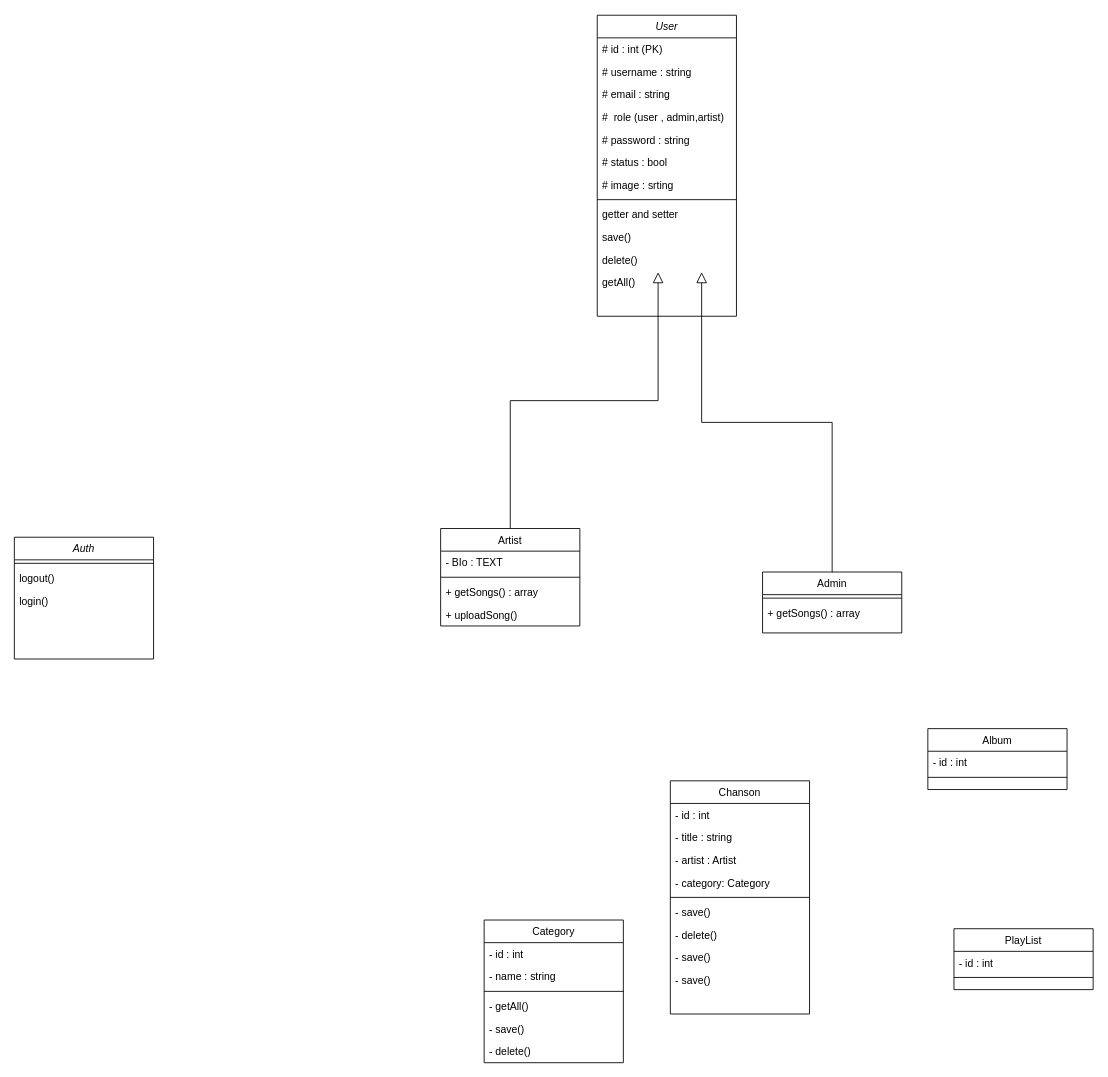
This is doc/class diagram.drawio from mohammed-ali-boutaine/streaming-musical-spotify, a draw.io file, before an edit. Source tidied: cells renumbered, new cells numbered last; positions are measured from the earlier drawing's top-left corner, leaving out a move shared by most shapes. Both pictures are drawn from the tidied source at 87%, with x=0, y=0 at pixel (14, 15).
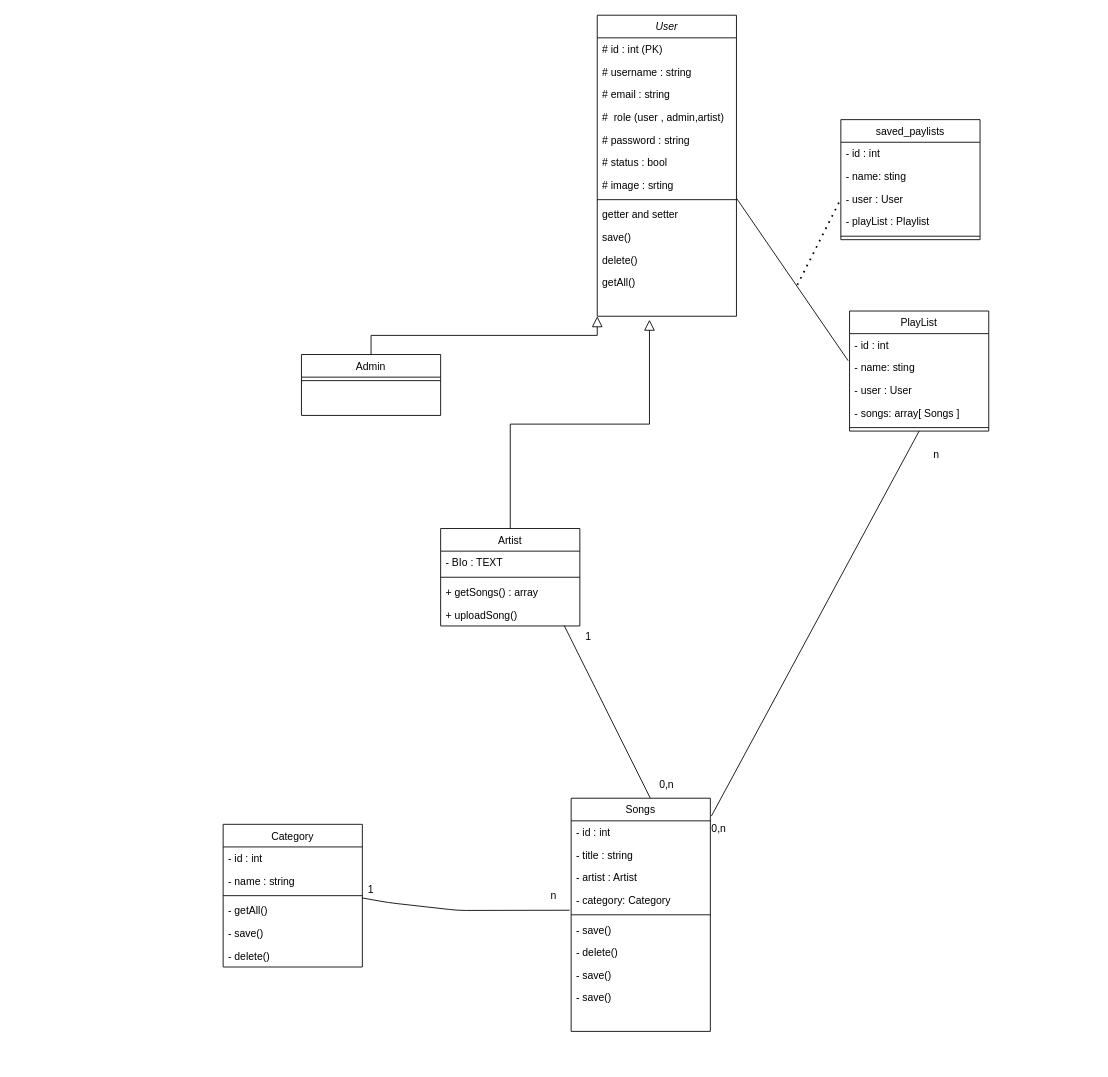
Above is the later version.

Commit message (it also covers changes not shown here):
update class diargam and database tables

The change refers to these unchanged cells:
```xml
<mxCell id="2" value="User" style="swimlane;fontStyle=2;align=center;verticalAlign=top;horizontal=1;startSize=26;rounded=0;shadow=0;strokeWidth=1;" parent="1" vertex="1">
  <mxGeometry x="670" width="160" height="346" as="geometry" />
</mxCell>
<mxCell id="9" value="# image : srting" style="text;align=left;verticalAlign=top;spacingLeft=4;spacingRight=4;overflow=hidden;points=[[0,0.5],[1,0.5]];portConstraint=eastwest;rounded=0;shadow=0;html=0;" parent="2" vertex="1">
  <mxGeometry y="182" width="160" height="26" as="geometry" />
</mxCell>
<mxCell id="13" value="delete()" style="text;align=left;verticalAlign=top;spacingLeft=4;spacingRight=4;overflow=hidden;points=[[0,0.5],[1,0.5]];portConstraint=eastwest;rounded=0;shadow=0;html=0;" parent="2" vertex="1">
  <mxGeometry y="268" width="160" height="26" as="geometry" />
</mxCell>
<mxCell id="15" value="Artist" style="swimlane;fontStyle=0;align=center;verticalAlign=top;horizontal=1;startSize=26;rounded=0;shadow=0;strokeWidth=1;" parent="1" vertex="1">
  <mxGeometry x="490" y="590" width="160" height="112" as="geometry" />
</mxCell>
<mxCell id="19" value="+ uploadSong()" style="text;align=left;verticalAlign=top;spacingLeft=4;spacingRight=4;overflow=hidden;points=[[0,0.5],[1,0.5]];portConstraint=eastwest;rounded=0;shadow=0;html=0;" parent="15" vertex="1">
  <mxGeometry y="86" width="160" height="26" as="geometry" />
</mxCell>
<mxCell id="33" value="- category: Category" style="text;align=left;verticalAlign=top;spacingLeft=4;spacingRight=4;overflow=hidden;points=[[0,0.5],[1,0.5]];portConstraint=eastwest;" parent="29" vertex="1">
  <mxGeometry y="104" width="160" height="26" as="geometry" />
</mxCell>
<mxCell id="49" value="- getAll()&#10;" style="text;align=left;verticalAlign=top;spacingLeft=4;spacingRight=4;overflow=hidden;points=[[0,0.5],[1,0.5]];portConstraint=eastwest;" parent="45" vertex="1">
  <mxGeometry y="86" width="160" height="26" as="geometry" />
</mxCell>
```

Diff of the diagram source:
```diff
@@
-    <mxCell id="20" style="endArrow=block;endSize=10;endFill=0;shadow=0;strokeWidth=1;rounded=0;curved=0;edgeStyle=elbowEdgeStyle;elbow=vertical;entryX=0.437;entryY=1.054;entryDx=0;entryDy=0;entryPerimeter=0;" parent="1" edge="1" source="15" target="13">
-      <mxGeometry relative="1" as="geometry" />
+    <mxCell id="20" style="endArrow=block;endSize=10;endFill=0;shadow=0;strokeWidth=1;rounded=0;curved=0;edgeStyle=elbowEdgeStyle;elbow=vertical;" parent="1" edge="1" source="15">
+      <mxGeometry relative="1" as="geometry">
+        <mxPoint x="730" y="350" as="targetPoint" />
+      </mxGeometry>
     </mxCell>
-    <mxCell id="21" value="Auth" style="swimlane;fontStyle=2;align=center;verticalAlign=top;horizontal=1;startSize=26;rounded=0;shadow=0;strokeWidth=1;" parent="1" vertex="1">
-      <mxGeometry y="600" width="160" height="140" as="geometry" />
-    </mxCell>
-    <mxCell id="22" style="line;html=1;strokeWidth=1;align=left;verticalAlign=middle;spacingTop=-1;spacingLeft=3;spacingRight=3;labelPosition=right;" parent="21" vertex="1">
-      <mxGeometry y="26" width="160" height="8" as="geometry" />
-    </mxCell>
-    <mxCell id="23" value="logout()" style="text;align=left;verticalAlign=top;spacingLeft=4;spacingRight=4;overflow=hidden;rounded=0;shadow=0;html=0;" parent="21" vertex="1">
-      <mxGeometry y="34" width="160" height="26" as="geometry" />
-    </mxCell>
-    <mxCell id="24" value="login()" style="text;align=left;verticalAlign=top;spacingLeft=4;spacingRight=4;overflow=hidden;rounded=0;shadow=0;html=0;" parent="21" vertex="1">
-      <mxGeometry y="60" width="160" height="26" as="geometry" />
-    </mxCell>
     <mxCell id="25" value="Admin" style="swimlane;fontStyle=0;align=center;verticalAlign=top;horizontal=1;startSize=26;rounded=0;shadow=0;strokeWidth=1;" parent="1" vertex="1">
-      <mxGeometry x="860" y="640" width="160" height="70" as="geometry" />
+      <mxGeometry x="330" y="390" width="160" height="70" as="geometry" />
     </mxCell>
@@
-    <mxCell id="27" value="+ getSongs() : array" style="text;align=left;verticalAlign=top;spacingLeft=4;spacingRight=4;overflow=hidden;rounded=0;shadow=0;html=0;" parent="25" vertex="1">
-      <mxGeometry y="34" width="160" height="26" as="geometry" />
-    </mxCell>
-    <mxCell id="28" style="endArrow=block;endSize=10;endFill=0;shadow=0;strokeWidth=1;rounded=0;curved=0;edgeStyle=elbowEdgeStyle;elbow=vertical;exitX=0.5;exitY=0;exitDx=0;exitDy=0;entryX=0.75;entryY=1.054;entryDx=0;entryDy=0;entryPerimeter=0;" parent="1" edge="1" source="25" target="13">
+    <mxCell id="28" style="endArrow=block;endSize=10;endFill=0;shadow=0;strokeWidth=1;rounded=0;curved=0;edgeStyle=elbowEdgeStyle;elbow=vertical;exitX=0.5;exitY=0;exitDx=0;exitDy=0;entryX=0;entryY=1;entryDx=0;entryDy=0;" parent="1" edge="1" source="25" target="2">
       <mxGeometry relative="1" as="geometry" />
     </mxCell>
-    <mxCell id="29" value="Chanson" style="swimlane;fontStyle=0;align=center;verticalAlign=top;horizontal=1;startSize=26;rounded=0;shadow=0;strokeWidth=1;" parent="1" vertex="1">
-      <mxGeometry x="754" y="880" width="160" height="268" as="geometry" />
+    <mxCell id="29" value="Songs" style="swimlane;fontStyle=0;align=center;verticalAlign=top;horizontal=1;startSize=26;rounded=0;shadow=0;strokeWidth=1;" parent="1" vertex="1">
+      <mxGeometry x="640" y="900" width="160" height="268" as="geometry" />
     </mxCell>
@@
-    <mxCell id="39" value="Album" style="swimlane;fontStyle=0;align=center;verticalAlign=top;horizontal=1;startSize=26;rounded=0;shadow=0;strokeWidth=1;" parent="1" vertex="1">
-      <mxGeometry x="1050" y="820" width="160" height="70" as="geometry" />
-    </mxCell>
-    <mxCell id="40" value="- id : int" style="text;align=left;verticalAlign=top;spacingLeft=4;spacingRight=4;overflow=hidden;" parent="39" vertex="1">
-      <mxGeometry y="26" width="160" height="26" as="geometry" />
-    </mxCell>
-    <mxCell id="41" style="line;html=1;strokeWidth=1;align=left;verticalAlign=middle;spacingTop=-1;spacingLeft=3;spacingRight=3;labelPosition=right;" parent="39" vertex="1">
-      <mxGeometry y="52" width="160" height="8" as="geometry" />
-    </mxCell>
     <mxCell id="42" value="PlayList" style="swimlane;fontStyle=0;align=center;verticalAlign=top;horizontal=1;startSize=26;rounded=0;shadow=0;strokeWidth=1;" parent="1" vertex="1">
-      <mxGeometry x="1080" y="1050" width="160" height="70" as="geometry" />
+      <mxGeometry x="960" y="340" width="160" height="138" as="geometry" />
     </mxCell>
@@
+    <mxCell id="52" value="- name: sting" style="text;align=left;verticalAlign=top;spacingLeft=4;spacingRight=4;overflow=hidden;points=[[0,0.5],[1,0.5]];portConstraint=eastwest;" parent="42" vertex="1">
+      <mxGeometry y="52" width="160" height="26" as="geometry" />
+    </mxCell>
+    <mxCell id="53" value="- user : User" style="text;align=left;verticalAlign=top;spacingLeft=4;spacingRight=4;overflow=hidden;" parent="42" vertex="1">
+      <mxGeometry y="78" width="160" height="26" as="geometry" />
+    </mxCell>
+    <mxCell id="54" value="- songs: array[ Songs ]" style="text;align=left;verticalAlign=top;spacingLeft=4;spacingRight=4;overflow=hidden;" parent="42" vertex="1">
+      <mxGeometry y="104" width="160" height="26" as="geometry" />
+    </mxCell>
     <mxCell id="44" style="line;html=1;strokeWidth=1;align=left;verticalAlign=middle;spacingTop=-1;spacingLeft=3;spacingRight=3;labelPosition=right;" parent="42" vertex="1">
-      <mxGeometry y="52" width="160" height="8" as="geometry" />
+      <mxGeometry y="130" width="160" height="8" as="geometry" />
     </mxCell>
     <mxCell id="45" value="Category" style="swimlane;fontStyle=0;align=center;verticalAlign=top;horizontal=1;startSize=26;rounded=0;shadow=0;strokeWidth=1;" parent="1" vertex="1">
-      <mxGeometry x="540" y="1040" width="160" height="164" as="geometry" />
+      <mxGeometry x="240" y="930" width="160" height="164" as="geometry" />
     </mxCell>
@@
+    <mxCell id="55" style="endArrow=none;html=1;exitX=0.997;exitY=-0.056;exitDx=0;exitDy=0;exitPerimeter=0;entryX=-0.011;entryY=0.952;entryDx=0;entryDy=0;entryPerimeter=0;" parent="1" edge="1" source="49" target="33">
+      <mxGeometry relative="1" as="geometry">
+        <Array as="points">
+          <mxPoint x="430" y="1020" />
+          <mxPoint x="510" y="1029" />
+        </Array>
+      </mxGeometry>
+    </mxCell>
+    <mxCell id="56" value="1" style="text;html=1;strokeColor=none;fillColor=none;align=center;verticalAlign=middle;whiteSpace=wrap;rounded=0;" parent="1" vertex="1">
+      <mxGeometry x="380" y="990" width="60" height="30" as="geometry" />
+    </mxCell>
+    <mxCell id="57" value="n" style="text;html=1;strokeColor=none;fillColor=none;align=center;verticalAlign=middle;whiteSpace=wrap;rounded=0;" parent="1" vertex="1">
+      <mxGeometry x="590" y="997" width="60" height="30" as="geometry" />
+    </mxCell>
+    <mxCell id="58" style="endArrow=none;html=1;exitX=0.568;exitY=-0.001;exitDx=0;exitDy=0;exitPerimeter=0;entryX=0.887;entryY=0.975;entryDx=0;entryDy=0;entryPerimeter=0;" parent="1" edge="1" source="29" target="19">
+      <mxGeometry relative="1" as="geometry" />
+    </mxCell>
+    <mxCell id="59" value="1" style="text;html=1;strokeColor=none;fillColor=none;align=center;verticalAlign=middle;whiteSpace=wrap;rounded=0;" parent="1" vertex="1">
+      <mxGeometry x="630" y="700" width="60" height="30" as="geometry" />
+    </mxCell>
+    <mxCell id="60" value="0,n" style="text;html=1;strokeColor=none;fillColor=none;align=center;verticalAlign=middle;whiteSpace=wrap;rounded=0;" parent="1" vertex="1">
+      <mxGeometry x="720" y="870" width="60" height="30" as="geometry" />
+    </mxCell>
+    <mxCell id="61" style="endArrow=none;html=1;exitX=1.008;exitY=0.076;exitDx=0;exitDy=0;exitPerimeter=0;entryX=0.5;entryY=1;entryDx=0;entryDy=0;" parent="1" edge="1" source="29" target="42">
+      <mxGeometry relative="1" as="geometry" />
+    </mxCell>
+    <mxCell id="62" value="n" style="text;html=1;strokeColor=none;fillColor=none;align=center;verticalAlign=middle;whiteSpace=wrap;rounded=0;" parent="1" vertex="1">
+      <mxGeometry x="1030" y="490" width="60" height="30" as="geometry" />
+    </mxCell>
+    <mxCell id="63" value="0,n" style="text;html=1;strokeColor=none;fillColor=none;align=center;verticalAlign=middle;whiteSpace=wrap;rounded=0;" parent="1" vertex="1">
+      <mxGeometry x="780" y="920" width="60" height="30" as="geometry" />
+    </mxCell>
+    <mxCell id="64" value="saved_paylists" style="swimlane;fontStyle=0;align=center;verticalAlign=top;horizontal=1;startSize=26;rounded=0;shadow=0;strokeWidth=1;" parent="1" vertex="1">
+      <mxGeometry x="950" y="120" width="160" height="138" as="geometry" />
+    </mxCell>
+    <mxCell id="40" value="- id : int" style="text;align=left;verticalAlign=top;spacingLeft=4;spacingRight=4;overflow=hidden;" parent="64" vertex="1">
+      <mxGeometry y="26" width="160" height="26" as="geometry" />
+    </mxCell>
+    <mxCell id="65" value="- name: sting" style="text;align=left;verticalAlign=top;spacingLeft=4;spacingRight=4;overflow=hidden;" parent="64" vertex="1">
+      <mxGeometry y="52" width="160" height="26" as="geometry" />
+    </mxCell>
+    <mxCell id="66" value="- user : User" style="text;align=left;verticalAlign=top;spacingLeft=4;spacingRight=4;overflow=hidden;points=[[0,0.5],[1,0.5]];portConstraint=eastwest;" parent="64" vertex="1">
+      <mxGeometry y="78" width="160" height="26" as="geometry" />
+    </mxCell>
+    <mxCell id="67" value="- playList : Playlist" style="text;align=left;verticalAlign=top;spacingLeft=4;spacingRight=4;overflow=hidden;" parent="64" vertex="1">
+      <mxGeometry y="104" width="160" height="26" as="geometry" />
+    </mxCell>
+    <mxCell id="68" style="line;html=1;strokeWidth=1;align=left;verticalAlign=middle;spacingTop=-1;spacingLeft=3;spacingRight=3;labelPosition=right;" parent="64" vertex="1">
+      <mxGeometry y="130" width="160" height="8" as="geometry" />
+    </mxCell>
+    <mxCell id="69" style="endArrow=none;html=1;exitX=-0.01;exitY=0.197;exitDx=0;exitDy=0;exitPerimeter=0;entryX=1.003;entryY=1.115;entryDx=0;entryDy=0;entryPerimeter=0;" parent="1" edge="1" source="52" target="9">
+      <mxGeometry relative="1" as="geometry" />
+    </mxCell>
+    <mxCell id="70" style="endArrow=none;dashed=1;html=1;dashPattern=1 3;strokeWidth=2;entryX=0;entryY=0.5;entryDx=0;entryDy=0;" parent="1" edge="1" target="66">
+      <mxGeometry relative="1" as="geometry">
+        <mxPoint x="900" y="310" as="sourcePoint" />
+      </mxGeometry>
+    </mxCell>
```
